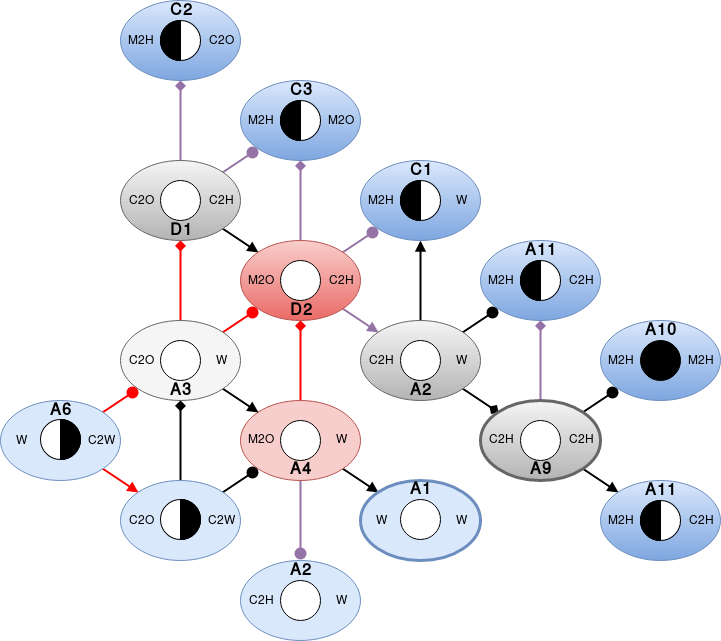
Above: png/IPart_Faulty_2.png in UberPanda/ProofGraphs (draw.io), before the change. Source tidied: cells renumbered, new cells last; positions are measured from the earlier drawing's top-left corner, leaving out a move shared by most shapes.
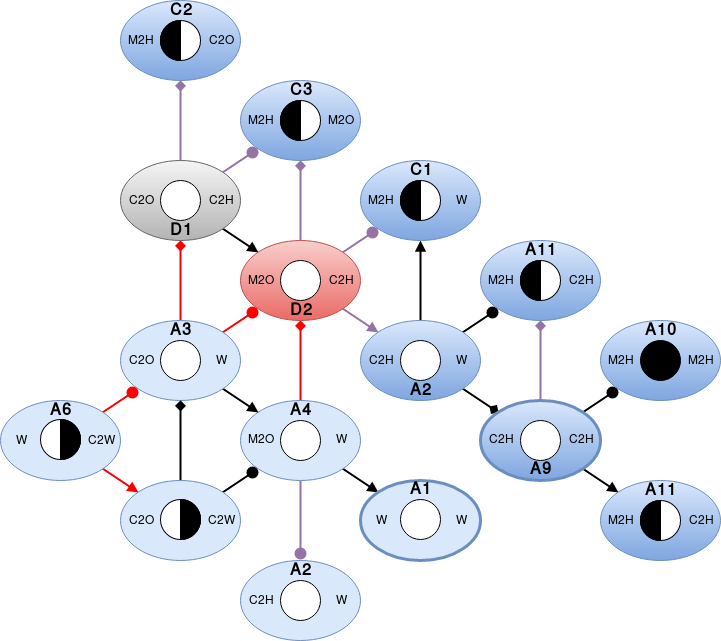
Above is the later version.

Diff of the diagram source:
```diff
@@ -41,7 +41,7 @@
     <mxCell id="14" style="edgeStyle=none;curved=1;comic=0;html=1;exitX=1;exitY=0;entryX=0;entryY=1;startArrow=none;startFill=0;endArrow=circle;endFill=1;endSize=3;jettySize=auto;strokeColor=#000000;strokeWidth=2;fillColor=none;" parent="1" edge="1" source="15" target="44">
       <mxGeometry relative="1" as="geometry" />
     </mxCell>
-    <mxCell id="15" style="ellipse;whiteSpace=wrap;html=1;shadow=0;strokeColor=#666666;strokeWidth=1;fillColor=#f5f5f5;gradientColor=#b3b3b3;" parent="1" vertex="1">
+    <mxCell id="15" style="ellipse;whiteSpace=wrap;html=1;shadow=0;strokeColor=#6c8ebf;strokeWidth=1;fillColor=#dae8fc;gradientColor=#7ea6e0;" parent="1" vertex="1">
       <mxGeometry x="360" y="320" width="120" height="80" as="geometry" />
     </mxCell>
     <mxCell id="16" style="ellipse;whiteSpace=wrap;html=1;shadow=0;strokeColor=#6c8ebf;strokeWidth=1;fillColor=#dae8fc;gradientColor=#7ea6e0;" parent="1" vertex="1">
@@ -56,7 +56,7 @@
     <mxCell id="19" style="edgeStyle=none;curved=1;comic=0;html=1;exitX=0.5;exitY=0;entryX=0.5;entryY=1;startArrow=none;startFill=0;endArrow=diamond;endFill=1;endSize=6;jettySize=auto;strokeColor=#9673a6;strokeWidth=2;fillColor=#e1d5e7;" parent="1" edge="1" source="20" target="44">
       <mxGeometry relative="1" as="geometry" />
     </mxCell>
-    <mxCell id="20" style="ellipse;whiteSpace=wrap;html=1;shadow=0;strokeColor=#666666;fillColor=#f5f5f5;strokeWidth=3;gradientColor=#b3b3b3;" parent="1" vertex="1">
+    <mxCell id="20" style="ellipse;whiteSpace=wrap;html=1;shadow=0;strokeColor=#6c8ebf;fillColor=#dae8fc;strokeWidth=3;gradientColor=#7ea6e0;" parent="1" vertex="1">
       <mxGeometry x="480" y="400" width="120" height="80" as="geometry" />
     </mxCell>
     <mxCell id="21" style="ellipse;whiteSpace=wrap;html=1;shadow=0;strokeColor=#6c8ebf;strokeWidth=1;fillColor=#dae8fc;gradientColor=#7ea6e0;" parent="1" vertex="1">
@@ -83,7 +83,7 @@
     <mxCell id="28" style="edgeStyle=none;curved=1;comic=0;html=1;startArrow=none;startFill=0;endArrow=circle;endFill=1;endSize=3;jettySize=auto;strokeColor=#9673a6;strokeWidth=2;fillColor=#e1d5e7;fontSize=16;" parent="1" edge="1" source="29" target="61">
       <mxGeometry relative="1" as="geometry" />
     </mxCell>
-    <mxCell id="29" style="ellipse;whiteSpace=wrap;html=1;shadow=0;strokeColor=#b85450;strokeWidth=1;fillColor=#f8cecc;" parent="1" vertex="1">
+    <mxCell id="29" style="ellipse;whiteSpace=wrap;html=1;shadow=0;strokeColor=#6c8ebf;strokeWidth=1;fillColor=#dae8fc;" parent="1" vertex="1">
       <mxGeometry x="240" y="400" width="120" height="80" as="geometry" />
     </mxCell>
     <mxCell id="30" style="edgeStyle=none;curved=1;comic=0;html=1;exitX=1;exitY=1;entryX=0;entryY=0;startArrow=none;startFill=0;endArrow=block;endFill=1;endSize=6;jettySize=auto;strokeColor=#000000;strokeWidth=2;fillColor=none;" parent="1" edge="1" source="33" target="29">
@@ -95,7 +95,7 @@
     <mxCell id="32" style="edgeStyle=none;curved=1;comic=0;html=1;exitX=1;exitY=0;entryX=0;entryY=1;startArrow=none;startFill=0;endArrow=circle;endFill=1;endSize=3;jettySize=auto;strokeColor=#FF0000;strokeWidth=2;fillColor=none;" parent="1" edge="1" source="33" target="9">
       <mxGeometry relative="1" as="geometry" />
     </mxCell>
-    <mxCell id="33" style="ellipse;whiteSpace=wrap;html=1;shadow=0;strokeColor=#666666;strokeWidth=1;fillColor=#f5f5f5;" parent="1" vertex="1">
+    <mxCell id="33" style="ellipse;whiteSpace=wrap;html=1;shadow=0;strokeColor=#6c8ebf;strokeWidth=1;fillColor=#dae8fc;" parent="1" vertex="1">
       <mxGeometry x="120" y="320" width="120" height="80" as="geometry" />
     </mxCell>
     <mxCell id="34" style="ellipse;whiteSpace=wrap;html=1;shadow=0;strokeColor=#000000;strokeWidth=1;fillColor=#ffffff;gradientColor=none;" parent="1" vertex="1">
@@ -168,10 +168,10 @@
       <mxGeometry x="40" y="400" width="40" height="20" as="geometry" />
     </mxCell>
     <mxCell id="57" value="A3" style="text;html=1;strokeColor=none;fillColor=none;align=center;verticalAlign=middle;whiteSpace=wrap;shadow=0;fontSize=16;fontStyle=1;" parent="1" vertex="1">
-      <mxGeometry x="160" y="380" width="40" height="20" as="geometry" />
+      <mxGeometry x="160" y="320" width="40" height="20" as="geometry" />
     </mxCell>
     <mxCell id="58" value="A4" style="text;html=1;strokeColor=none;fillColor=none;align=center;verticalAlign=middle;whiteSpace=wrap;shadow=0;fontSize=16;fontStyle=1;" parent="1" vertex="1">
-      <mxGeometry x="280" y="459" width="40" height="20" as="geometry" />
+      <mxGeometry x="280" y="400" width="40" height="20" as="geometry" />
     </mxCell>
     <mxCell id="59" style="ellipse;whiteSpace=wrap;html=1;shadow=0;strokeColor=#6c8ebf;strokeWidth=1;fillColor=#dae8fc;" parent="1" vertex="1">
       <mxGeometry x="240" y="560" width="120" height="80" as="geometry" />
```
